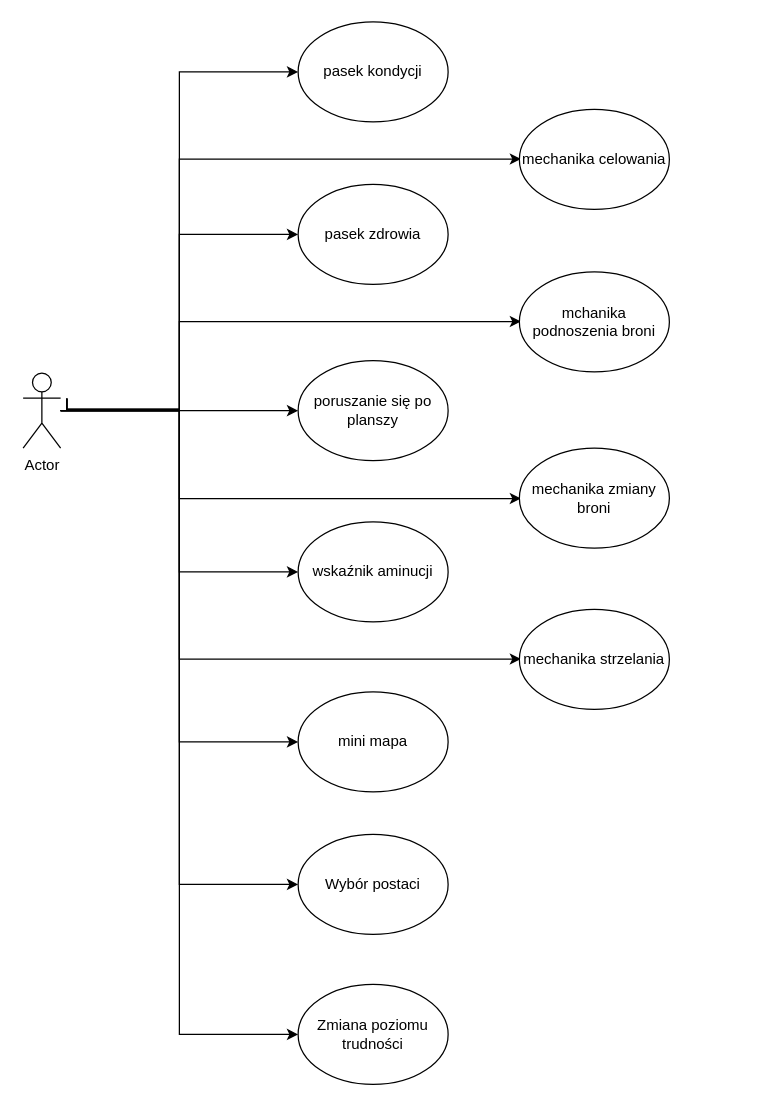
This is usecase.drawio from sumerar1/cyklzycia, a draw.io file, before an edit. Source tidied: cells renumbered, new cells numbered last; positions are measured from the earlier drawing's top-left corner, leaving out a move shared by most shapes. Both pictures are drawn from the tidied source at 125%, with x=0, y=0 at pixel (22, 21).
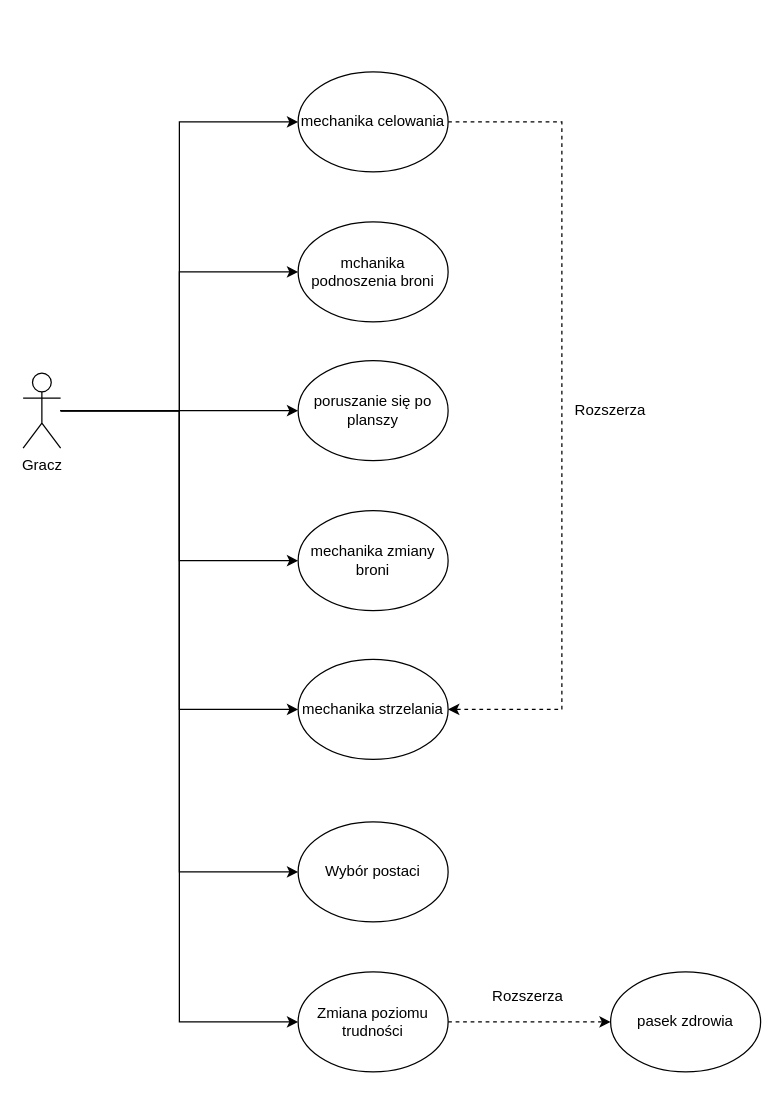
The same diagram, later.

Commit message:
Update uml diagram after consulting it

Diff of the diagram source:
```diff
@@
+    <mxCell id="25" style="edgeStyle=orthogonalEdgeStyle;rounded=0;jettySize=auto;html=1;entryX=0;entryY=0.5;entryDx=0;entryDy=0;" parent="1" edge="1" source="13" target="21">
+      <mxGeometry relative="1" as="geometry" />
+    </mxCell>
+    <mxCell id="26" style="edgeStyle=orthogonalEdgeStyle;rounded=0;jettySize=auto;html=1;entryX=0;entryY=0.5;entryDx=0;entryDy=0;" parent="1" edge="1" source="13" target="22">
+      <mxGeometry relative="1" as="geometry" />
+    </mxCell>
@@
-    <mxCell id="3" style="edgeStyle=orthogonalEdgeStyle;rounded=0;jettySize=auto;html=1;entryX=0;entryY=0.5;entryDx=0;entryDy=0;" parent="1" edge="1" source="13" target="15">
-      <mxGeometry relative="1" as="geometry" />
-    </mxCell>
-    <mxCell id="4" style="edgeStyle=orthogonalEdgeStyle;rounded=0;jettySize=auto;html=1;entryX=0;entryY=0.5;entryDx=0;entryDy=0;" parent="1" edge="1" source="13" target="14">
-      <mxGeometry relative="1" as="geometry" />
-    </mxCell>
-    <mxCell id="5" style="edgeStyle=orthogonalEdgeStyle;rounded=0;jettySize=auto;html=1;entryX=0;entryY=0.5;entryDx=0;entryDy=0;" parent="1" edge="1" source="13" target="17">
-      <mxGeometry relative="1" as="geometry" />
-    </mxCell>
-    <mxCell id="6" style="edgeStyle=orthogonalEdgeStyle;rounded=0;jettySize=auto;html=1;entryX=0;entryY=0.5;entryDx=0;entryDy=0;" parent="1" edge="1" source="13" target="18">
-      <mxGeometry relative="1" as="geometry" />
-    </mxCell>
+    <mxCell id="27" style="edgeStyle=orthogonalEdgeStyle;rounded=0;jettySize=auto;html=1;entryX=0;entryY=0.5;entryDx=0;entryDy=0;" parent="1" edge="1" source="13" target="23">
+      <mxGeometry relative="1" as="geometry" />
+    </mxCell>
+    <mxCell id="28" style="edgeStyle=orthogonalEdgeStyle;rounded=0;jettySize=auto;html=1;entryX=0;entryY=0.5;entryDx=0;entryDy=0;" parent="1" edge="1" source="13" target="24">
+      <mxGeometry relative="1" as="geometry" />
+    </mxCell>
@@
-    <mxCell id="9" style="edgeStyle=orthogonalEdgeStyle;rounded=0;orthogonalLoop=1;jettySize=auto;html=1;entryX=0;entryY=0.5;entryDx=0;entryDy=0;" parent="1" edge="1">
-      <mxGeometry relative="1" as="geometry">
-        <mxPoint x="35" y="301.3" as="sourcePoint" />
-        <mxPoint x="398.3" y="109.7" as="targetPoint" />
-        <Array as="points">
-          <mxPoint x="35" y="310" />
-          <mxPoint x="125" y="310" />
-          <mxPoint x="125" y="110" />
-        </Array>
-      </mxGeometry>
-    </mxCell>
-    <mxCell id="10" style="edgeStyle=orthogonalEdgeStyle;rounded=0;orthogonalLoop=1;jettySize=auto;html=1;entryX=0;entryY=0.5;entryDx=0;entryDy=0;" parent="1" edge="1">
-      <mxGeometry relative="1" as="geometry">
-        <mxPoint x="35" y="301.3" as="sourcePoint" />
-        <mxPoint x="398.3" y="239.7" as="targetPoint" />
-        <Array as="points">
-          <mxPoint x="35" y="310" />
-          <mxPoint x="125" y="310" />
-          <mxPoint x="125" y="240" />
-        </Array>
-      </mxGeometry>
-    </mxCell>
-    <mxCell id="11" style="edgeStyle=orthogonalEdgeStyle;rounded=0;orthogonalLoop=1;jettySize=auto;html=1;entryX=0;entryY=0.5;entryDx=0;entryDy=0;" parent="1" edge="1">
-      <mxGeometry relative="1" as="geometry">
-        <mxPoint x="35" y="301.3" as="sourcePoint" />
-        <mxPoint x="398.3" y="381.3" as="targetPoint" />
-        <Array as="points">
-          <mxPoint x="35" y="310" />
-          <mxPoint x="125" y="310" />
-          <mxPoint x="125" y="382" />
-        </Array>
-      </mxGeometry>
-    </mxCell>
-    <mxCell id="12" style="edgeStyle=orthogonalEdgeStyle;rounded=0;orthogonalLoop=1;jettySize=auto;html=1;entryX=0;entryY=0.5;entryDx=0;entryDy=0;" parent="1" edge="1">
-      <mxGeometry relative="1" as="geometry">
-        <mxPoint x="35" y="301.3" as="sourcePoint" />
-        <mxPoint x="398.3" y="509.7" as="targetPoint" />
-        <Array as="points">
-          <mxPoint x="35" y="310" />
-          <mxPoint x="125" y="310" />
-          <mxPoint x="125" y="510" />
-        </Array>
-      </mxGeometry>
-    </mxCell>
-    <mxCell id="13" value="Actor" style="shape=umlActor;verticalLabelPosition=bottom;labelBackgroundColor=#ffffff;verticalAlign=top;html=1;outlineConnect=0;" parent="1" vertex="1">
+    <mxCell id="13" value="Gracz" style="shape=umlActor;verticalLabelPosition=bottom;labelBackgroundColor=#ffffff;verticalAlign=top;html=1;outlineConnect=0;" parent="1" vertex="1">
       <mxGeometry y="281" width="30" height="60" as="geometry" />
     </mxCell>
-    <mxCell id="14" value="pasek kondycji" style="ellipse;whiteSpace=wrap;html=1;" parent="1" vertex="1">
-      <mxGeometry x="220" width="120" height="80" as="geometry" />
-    </mxCell>
-    <mxCell id="15" value="pasek zdrowia" style="ellipse;whiteSpace=wrap;html=1;" parent="1" vertex="1">
-      <mxGeometry x="220" y="130" width="120" height="80" as="geometry" />
-    </mxCell>
@@
-    <mxCell id="17" value="wskaźnik aminucji" style="ellipse;whiteSpace=wrap;html=1;" parent="1" vertex="1">
-      <mxGeometry x="220" y="400" width="120" height="80" as="geometry" />
-    </mxCell>
-    <mxCell id="18" value="mini mapa" style="ellipse;whiteSpace=wrap;html=1;" parent="1" vertex="1">
-      <mxGeometry x="220" y="536" width="120" height="80" as="geometry" />
-    </mxCell>
     <mxCell id="19" value="Wybór postaci" style="ellipse;whiteSpace=wrap;html=1;" parent="1" vertex="1">
-      <mxGeometry x="220" y="650" width="120" height="80" as="geometry" />
+      <mxGeometry x="220" y="640" width="120" height="80" as="geometry" />
     </mxCell>
+    <mxCell id="29" style="edgeStyle=orthogonalEdgeStyle;rounded=0;jettySize=auto;html=1;exitX=1;exitY=0.5;exitDx=0;exitDy=0;entryX=0;entryY=0.5;entryDx=0;entryDy=0;dashed=1;" parent="1" edge="1" source="20" target="15">
+      <mxGeometry relative="1" as="geometry" />
+    </mxCell>
     <mxCell id="20" value="Zmiana poziomu trudności" style="ellipse;whiteSpace=wrap;html=1;" parent="1" vertex="1">
-      <mxGeometry x="220" y="770" width="120" height="80" as="geometry" />
+      <mxGeometry x="220" y="760" width="120" height="80" as="geometry" />
     </mxCell>
+    <mxCell id="30" style="edgeStyle=orthogonalEdgeStyle;rounded=0;jettySize=auto;html=1;exitX=1;exitY=0.5;exitDx=0;exitDy=0;entryX=1;entryY=0.5;entryDx=0;entryDy=0;dashed=1;" parent="1" edge="1" source="21" target="24">
+      <mxGeometry relative="1" as="geometry">
+        <Array as="points">
+          <mxPoint x="431" y="80" />
+          <mxPoint x="431" y="550" />
+        </Array>
+      </mxGeometry>
+    </mxCell>
     <mxCell id="21" value="mechanika celowania" style="ellipse;whiteSpace=wrap;html=1;" parent="1" vertex="1">
-      <mxGeometry x="397" y="70" width="120" height="80" as="geometry" />
+      <mxGeometry x="220" y="40" width="120" height="80" as="geometry" />
     </mxCell>
     <mxCell id="22" value="mchanika podnoszenia broni" style="ellipse;whiteSpace=wrap;html=1;" parent="1" vertex="1">
-      <mxGeometry x="397" y="200" width="120" height="80" as="geometry" />
+      <mxGeometry x="220" y="160" width="120" height="80" as="geometry" />
     </mxCell>
     <mxCell id="23" value="mechanika zmiany broni" style="ellipse;whiteSpace=wrap;html=1;" parent="1" vertex="1">
-      <mxGeometry x="397" y="341" width="120" height="80" as="geometry" />
+      <mxGeometry x="220" y="391" width="120" height="80" as="geometry" />
     </mxCell>
     <mxCell id="24" value="mechanika strzelania" style="ellipse;whiteSpace=wrap;html=1;" parent="1" vertex="1">
-      <mxGeometry x="397" y="470" width="120" height="80" as="geometry" />
+      <mxGeometry x="220" y="510" width="120" height="80" as="geometry" />
     </mxCell>
+    <mxCell id="31" value="Rozszerza" style="text;html=1;strokeColor=none;fillColor=none;align=center;verticalAlign=middle;whiteSpace=wrap;rounded=0;" parent="1" vertex="1">
+      <mxGeometry x="450" y="301" width="40" height="20" as="geometry" />
+    </mxCell>
+    <mxCell id="15" value="pasek zdrowia" style="ellipse;whiteSpace=wrap;html=1;" parent="1" vertex="1">
+      <mxGeometry x="470" y="760" width="120" height="80" as="geometry" />
+    </mxCell>
+    <mxCell id="32" value="Rozszerza" style="text;html=1;strokeColor=none;fillColor=none;align=center;verticalAlign=middle;whiteSpace=wrap;rounded=0;" parent="1" vertex="1">
+      <mxGeometry x="383.5" y="770" width="40" height="20" as="geometry" />
+    </mxCell>
```
